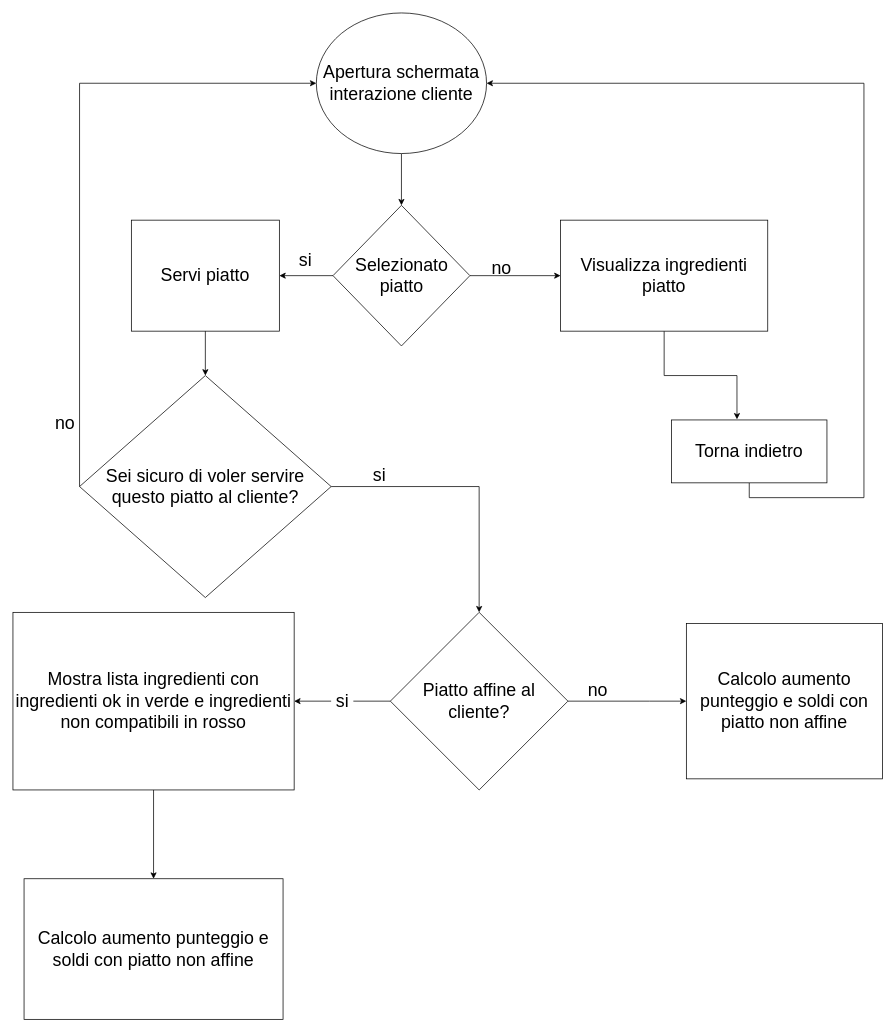
The draw.io diagram doc/Progetti Drawio/FlowChart/FlowchartInterazioneConCliente.drawio in zSavT/Healthy-Catering, before the edit. Source tidied: cells renumbered, new cells numbered last; positions are measured from the earlier drawing's top-left corner, leaving out a move shared by most shapes. Both pictures are drawn from the tidied source at 74%, with x=0, y=0 at pixel (13, 13).
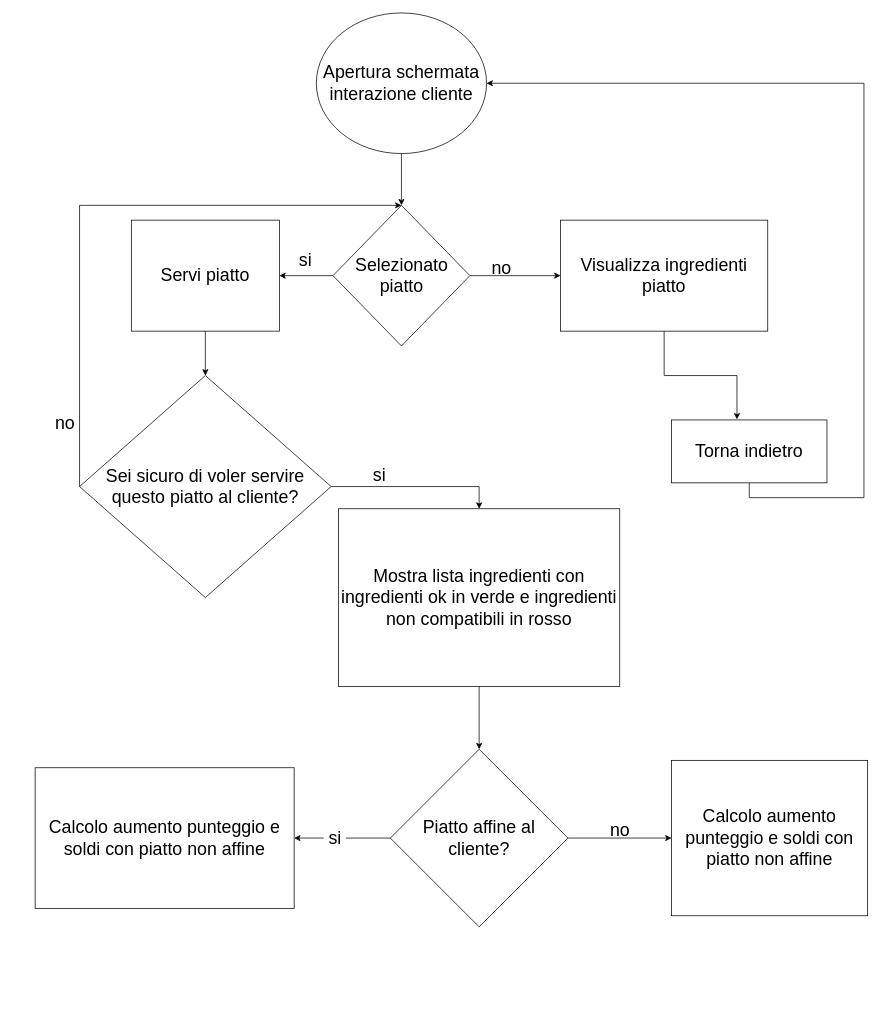
After the change.

Unchanged cells that the change refers to:
```xml
<mxCell id="3" value="Apertura schermata interazione cliente" style="ellipse;whiteSpace=wrap;html=1;fontSize=24;" parent="1" vertex="1">
  <mxGeometry x="410" width="230" height="190" as="geometry" />
</mxCell>
<mxCell id="6" value="Selezionato piatto" style="rhombus;whiteSpace=wrap;html=1;fontSize=24;" parent="1" vertex="1">
  <mxGeometry x="432.5" y="260" width="185" height="190" as="geometry" />
</mxCell>
<mxCell id="24" value="Sei sicuro di voler servire questo piatto al cliente?" style="rhombus;whiteSpace=wrap;html=1;fontSize=24;" parent="1" vertex="1">
  <mxGeometry x="90" y="490" width="340" height="300" as="geometry" />
</mxCell>
```

The edit, as a diff of the source:
```diff
@@
-    <mxCell id="13" style="edgeStyle=orthogonalEdgeStyle;rounded=0;jettySize=auto;html=1;exitX=0;exitY=0.5;exitDx=0;exitDy=0;entryX=1;entryY=0.5;entryDx=0;entryDy=0;startArrow=none;fontSize=24;" parent="1" edge="1" source="21" target="19">
+    <mxCell id="13" style="edgeStyle=orthogonalEdgeStyle;rounded=0;jettySize=auto;html=1;entryX=1;entryY=0.5;entryDx=0;entryDy=0;startArrow=none;fontSize=24;" parent="1" edge="1" source="21" target="17">
       <mxGeometry relative="1" as="geometry" />
     </mxCell>
-    <mxCell id="14" style="edgeStyle=orthogonalEdgeStyle;rounded=0;jettySize=auto;html=1;exitX=1;exitY=0.5;exitDx=0;exitDy=0;entryX=0;entryY=0.5;entryDx=0;entryDy=0;fontSize=24;" parent="1" edge="1" source="15" target="16">
-      <mxGeometry relative="1" as="geometry">
-        <Array as="points">
-          <mxPoint x="860" y="930" />
-          <mxPoint x="860" y="930" />
-        </Array>
-      </mxGeometry>
-    </mxCell>
     <mxCell id="15" value="Piatto affine al cliente?" style="rhombus;whiteSpace=wrap;html=1;fontSize=24;" parent="1" vertex="1">
-      <mxGeometry x="510" y="810" width="240" height="240" as="geometry" />
+      <mxGeometry x="510" y="995" width="240" height="240" as="geometry" />
     </mxCell>
     <mxCell id="16" value="Calcolo aumento punteggio e soldi con piatto non affine" style="rounded=0;whiteSpace=wrap;html=1;fontSize=24;" parent="1" vertex="1">
-      <mxGeometry x="910" y="825" width="265" height="210" as="geometry" />
+      <mxGeometry x="890" y="1010" width="265" height="210" as="geometry" />
     </mxCell>
     <mxCell id="17" value="Calcolo aumento punteggio e soldi con piatto non affine" style="rounded=0;whiteSpace=wrap;html=1;fontSize=24;" parent="1" vertex="1">
-      <mxGeometry x="15" y="1170" width="350" height="190" as="geometry" />
+      <mxGeometry x="30" y="1020" width="350" height="190" as="geometry" />
     </mxCell>
-    <mxCell id="18" style="edgeStyle=orthogonalEdgeStyle;rounded=0;jettySize=auto;html=1;exitX=0.5;exitY=1;exitDx=0;exitDy=0;fontSize=24;" parent="1" edge="1" source="19" target="17">
-      <mxGeometry relative="1" as="geometry" />
-    </mxCell>
-    <mxCell id="19" value="Mostra lista ingredienti con ingredienti ok in verde e ingredienti non compatibili in rosso" style="whiteSpace=wrap;html=1;fontSize=24;" parent="1" vertex="1">
-      <mxGeometry y="810" width="380" height="240" as="geometry" />
-    </mxCell>
-    <mxCell id="20" value="no" style="text;html=1;align=center;verticalAlign=middle;strokeColor=none;fillColor=none;fontSize=24;" parent="1" vertex="1">
-      <mxGeometry x="770" y="900" width="40" height="30" as="geometry" />
-    </mxCell>
-    <mxCell id="21" value="si" style="text;html=1;align=center;verticalAlign=middle;points=[];strokeColor=none;fillColor=none;fontSize=24;" parent="1" vertex="1">
-      <mxGeometry x="430" y="915" width="30" height="30" as="geometry" />
-    </mxCell>
-    <mxCell id="22" style="edgeStyle=orthogonalEdgeStyle;rounded=0;jettySize=auto;html=1;exitX=0;exitY=0.5;exitDx=0;exitDy=0;entryX=1;entryY=0.5;entryDx=0;entryDy=0;endArrow=none;fontSize=24;" parent="1" edge="1" source="15" target="21">
-      <mxGeometry relative="1" as="geometry" />
-    </mxCell>
@@
-    <mxCell id="26" style="endArrow=classic;html=1;rounded=0;exitX=1;exitY=0.5;exitDx=0;exitDy=0;entryX=0.5;entryY=0;entryDx=0;entryDy=0;" parent="1" edge="1" source="24" target="15">
-      <mxGeometry relative="1" as="geometry">
-        <Array as="points">
-          <mxPoint x="630" y="640" />
-        </Array>
-      </mxGeometry>
-    </mxCell>
@@
-    <mxCell id="28" style="endArrow=classic;html=1;rounded=0;exitX=0;exitY=0.5;exitDx=0;exitDy=0;entryX=0;entryY=0.5;entryDx=0;entryDy=0;" parent="1" edge="1" source="24" target="3">
+    <mxCell id="28" style="endArrow=classic;html=1;rounded=0;exitX=0;exitY=0.5;exitDx=0;exitDy=0;entryX=0.5;entryY=0;entryDx=0;entryDy=0;" parent="1" edge="1" source="24" target="6">
       <mxGeometry relative="1" as="geometry">
         <Array as="points">
-          <mxPoint x="90" y="95" />
+          <mxPoint x="90" y="260" />
         </Array>
       </mxGeometry>
     </mxCell>
@@
+    <mxCell id="19" value="Mostra lista ingredienti con ingredienti ok in verde e ingredienti non compatibili in rosso" style="whiteSpace=wrap;html=1;fontSize=24;" parent="1" vertex="1">
+      <mxGeometry x="440" y="670" width="380" height="240" as="geometry" />
+    </mxCell>
+    <mxCell id="30" style="endArrow=classic;html=1;rounded=0;exitX=1;exitY=0.5;exitDx=0;exitDy=0;entryX=0.5;entryY=0;entryDx=0;entryDy=0;" parent="1" edge="1" source="24" target="19">
+      <mxGeometry relative="1" as="geometry">
+        <Array as="points">
+          <mxPoint x="630" y="640" />
+        </Array>
+      </mxGeometry>
+    </mxCell>
+    <mxCell id="31" style="endArrow=classic;html=1;rounded=0;exitX=0.5;exitY=1;exitDx=0;exitDy=0;entryX=0.5;entryY=0;entryDx=0;entryDy=0;" parent="1" edge="1" source="19" target="15">
+      <mxGeometry relative="1" as="geometry" />
+    </mxCell>
+    <mxCell id="21" value="si" style="text;html=1;align=center;verticalAlign=middle;points=[];strokeColor=none;fillColor=none;fontSize=24;" parent="1" vertex="1">
+      <mxGeometry x="420" y="1100" width="30" height="30" as="geometry" />
+    </mxCell>
+    <mxCell id="22" style="edgeStyle=orthogonalEdgeStyle;rounded=0;jettySize=auto;html=1;entryX=1;entryY=0.5;entryDx=0;entryDy=0;startArrow=none;fontSize=24;endArrow=none;exitX=0;exitY=0.5;exitDx=0;exitDy=0;" parent="1" edge="1" source="15" target="21">
+      <mxGeometry relative="1" as="geometry" />
+    </mxCell>
+    <mxCell id="20" value="no" style="text;html=1;align=center;verticalAlign=middle;strokeColor=none;fillColor=none;fontSize=24;" parent="1" vertex="1">
+      <mxGeometry x="800" y="1090" width="40" height="30" as="geometry" />
+    </mxCell>
+    <mxCell id="14" style="endArrow=classic;html=1;rounded=0;exitX=1;exitY=0.5;exitDx=0;exitDy=0;entryX=0;entryY=0.5;entryDx=0;entryDy=0;" parent="1" edge="1" source="15" target="16">
+      <mxGeometry relative="1" as="geometry" />
+    </mxCell>
```
